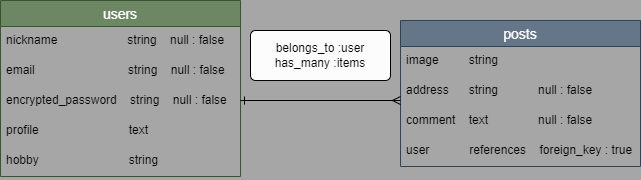
Before: map_memo_app.drawio.png, a diagram exported from draw.io (CielSA0512/memo_map_app). Source tidied: cells renumbered, new cells last; positions are measured from the earlier drawing's top-left corner, leaving out a move shared by most shapes.
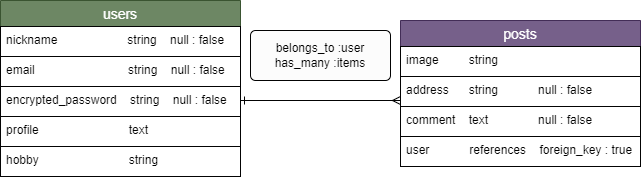
The same diagram one commit later.

What changed in the source:
```diff
@@ -1,41 +1,41 @@
-<mxGraphModel background="#A6A6A6">
+<mxGraphModel background="#FCFCFC">
   <root>
     <mxCell id="0" />
     <mxCell id="1" parent="0" />
     <mxCell id="2" value="users" style="swimlane;fontStyle=0;horizontal=1;startSize=26;align=center;fontSize=14;strokeColor=#3A5431;fillColor=#6d8764;fontColor=#ffffff;" parent="1" vertex="1">
       <mxGeometry width="240" height="176" as="geometry" />
     </mxCell>
-    <mxCell id="3" value="nickname                     string    null : false" style="text;strokeColor=none;fillColor=none;spacingLeft=4;spacingRight=4;overflow=hidden;fontSize=12;" parent="2" vertex="1">
+    <mxCell id="3" value="nickname                     string    null : false" style="text;strokeColor=#030303;fillColor=none;spacingLeft=4;spacingRight=4;overflow=hidden;fontSize=12;labelBackgroundColor=none;fontColor=#030303;" parent="2" vertex="1">
       <mxGeometry y="26" width="240" height="30" as="geometry" />
     </mxCell>
-    <mxCell id="4" value="email                            string    null : false" style="text;strokeColor=none;fillColor=none;spacingLeft=4;spacingRight=4;overflow=hidden;fontSize=12;labelBackgroundColor=none;" parent="2" vertex="1">
+    <mxCell id="4" value="email                            string    null : false" style="text;strokeColor=#030303;fillColor=none;spacingLeft=4;spacingRight=4;overflow=hidden;fontSize=12;labelBackgroundColor=none;fontColor=#030303;" parent="2" vertex="1">
       <mxGeometry y="56" width="240" height="30" as="geometry" />
     </mxCell>
-    <mxCell id="5" value="encrypted_password    string    null : false" style="text;strokeColor=none;fillColor=none;spacingLeft=4;spacingRight=4;overflow=hidden;fontSize=12;" parent="2" vertex="1">
+    <mxCell id="5" value="encrypted_password    string    null : false" style="text;strokeColor=#030303;fillColor=none;spacingLeft=4;spacingRight=4;overflow=hidden;fontSize=12;fontColor=#030303;" parent="2" vertex="1">
       <mxGeometry y="86" width="240" height="30" as="geometry" />
     </mxCell>
-    <mxCell id="6" value="profile                           text    " style="text;strokeColor=none;fillColor=none;spacingLeft=4;spacingRight=4;overflow=hidden;fontSize=12;" parent="2" vertex="1">
+    <mxCell id="6" value="profile                           text    " style="text;strokeColor=#030303;fillColor=none;spacingLeft=4;spacingRight=4;overflow=hidden;fontSize=12;fontColor=#030303;" parent="2" vertex="1">
       <mxGeometry y="116" width="240" height="30" as="geometry" />
     </mxCell>
-    <mxCell id="7" value="hobby                           string" style="text;strokeColor=none;fillColor=none;spacingLeft=4;spacingRight=4;overflow=hidden;fontSize=12;" parent="2" vertex="1">
+    <mxCell id="7" value="hobby                           string" style="text;strokeColor=#030303;fillColor=none;spacingLeft=4;spacingRight=4;overflow=hidden;fontSize=12;fontColor=#030303;" parent="2" vertex="1">
       <mxGeometry y="146" width="240" height="30" as="geometry" />
     </mxCell>
-    <mxCell id="8" value="posts" style="swimlane;fontStyle=0;horizontal=1;startSize=26;align=center;fontSize=14;strokeColor=#314354;fillColor=#647687;fontColor=#ffffff;" parent="1" vertex="1">
+    <mxCell id="8" value="posts" style="swimlane;fontStyle=0;horizontal=1;startSize=26;align=center;fontSize=14;strokeColor=#432D57;fillColor=#76608a;fontColor=#ffffff;" parent="1" vertex="1">
       <mxGeometry x="400" y="20" width="240" height="146" as="geometry" />
     </mxCell>
-    <mxCell id="9" value="image         string    " style="text;strokeColor=none;fillColor=none;spacingLeft=4;spacingRight=4;overflow=hidden;fontSize=12;" parent="8" vertex="1">
+    <mxCell id="9" value="image         string    " style="text;strokeColor=#030303;fillColor=none;spacingLeft=4;spacingRight=4;overflow=hidden;fontSize=12;fontColor=#030303;" parent="8" vertex="1">
       <mxGeometry y="26" width="240" height="30" as="geometry" />
     </mxCell>
-    <mxCell id="10" value="address      string            null : false" style="text;strokeColor=none;fillColor=none;spacingLeft=4;spacingRight=4;overflow=hidden;fontSize=12;" parent="8" vertex="1">
+    <mxCell id="10" value="address      string            null : false" style="text;strokeColor=#030303;fillColor=none;spacingLeft=4;spacingRight=4;overflow=hidden;fontSize=12;fontColor=#030303;" parent="8" vertex="1">
       <mxGeometry y="56" width="240" height="30" as="geometry" />
     </mxCell>
-    <mxCell id="11" value="comment    text               null : false" style="text;strokeColor=none;fillColor=none;spacingLeft=4;spacingRight=4;overflow=hidden;fontSize=12;" parent="8" vertex="1">
+    <mxCell id="11" value="comment    text               null : false" style="text;strokeColor=#030303;fillColor=none;spacingLeft=4;spacingRight=4;overflow=hidden;fontSize=12;fontColor=#030303;" parent="8" vertex="1">
       <mxGeometry y="86" width="240" height="30" as="geometry" />
     </mxCell>
-    <mxCell id="12" value="user            references    foreign_key : true  " style="text;strokeColor=none;fillColor=none;spacingLeft=4;spacingRight=4;overflow=hidden;fontSize=12;" parent="8" vertex="1">
+    <mxCell id="12" value="user            references    foreign_key : true  " style="text;strokeColor=#030303;fillColor=none;spacingLeft=4;spacingRight=4;overflow=hidden;fontSize=12;fontColor=#030303;" parent="8" vertex="1">
       <mxGeometry y="116" width="240" height="30" as="geometry" />
     </mxCell>
-    <mxCell id="13" style="endArrow=ERmany;html=1;rounded=0;fontColor=#FCFCFC;startArrow=ERone;startFill=0;endFill=0;" parent="1" edge="1">
+    <mxCell id="13" style="endArrow=ERmany;html=1;rounded=0;fontColor=#030303;startArrow=ERone;startFill=0;endFill=0;strokeColor=#030303;" parent="1" edge="1">
       <mxGeometry relative="1" as="geometry">
         <mxPoint x="240" y="100" as="sourcePoint" />
         <mxPoint x="400" y="100" as="targetPoint" />
```
